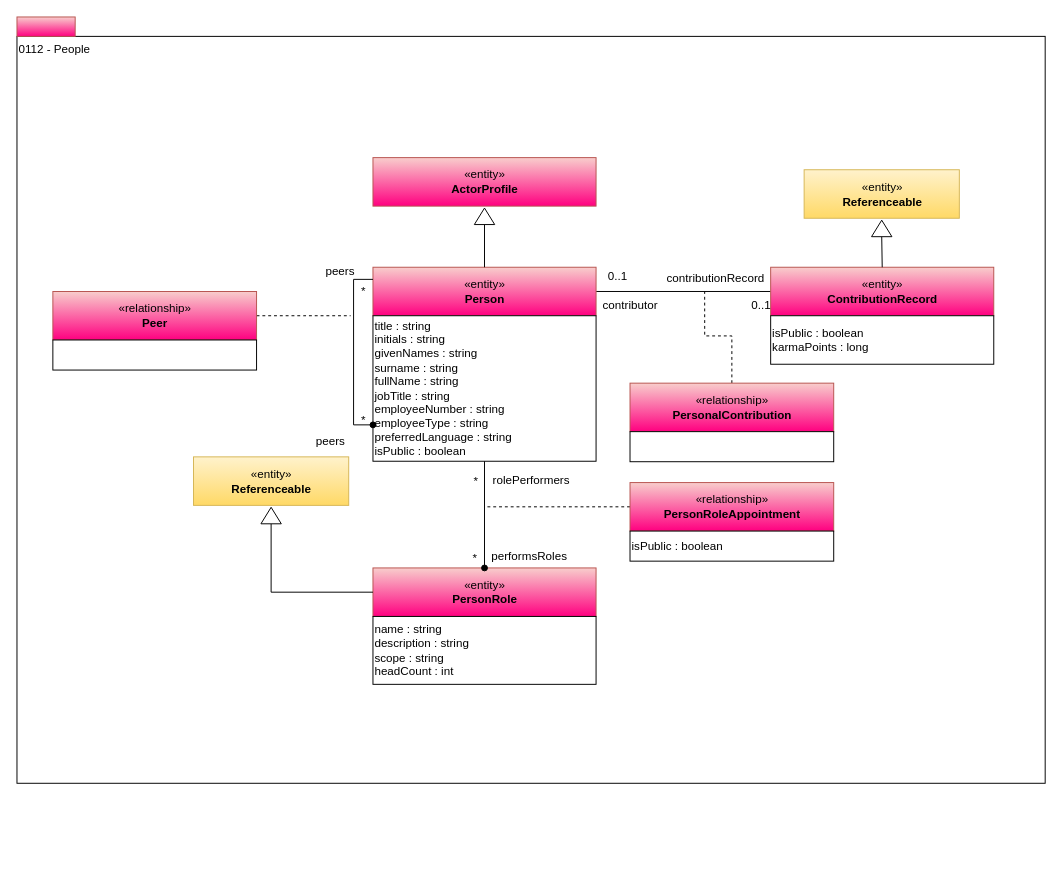
Above: page "0112-People" (3 of 13) of site/docs/types/1/area-1-collaboration.drawio in odpi/egeria-docs (draw.io), before the change. Source tidied: cells renumbered, new cells numbered last; positions are measured from the earlier drawing's top-left corner, leaving out a move shared by most shapes. Both pictures are drawn from the tidied source at 97%, with x=0, y=0 at pixel (16, 16).
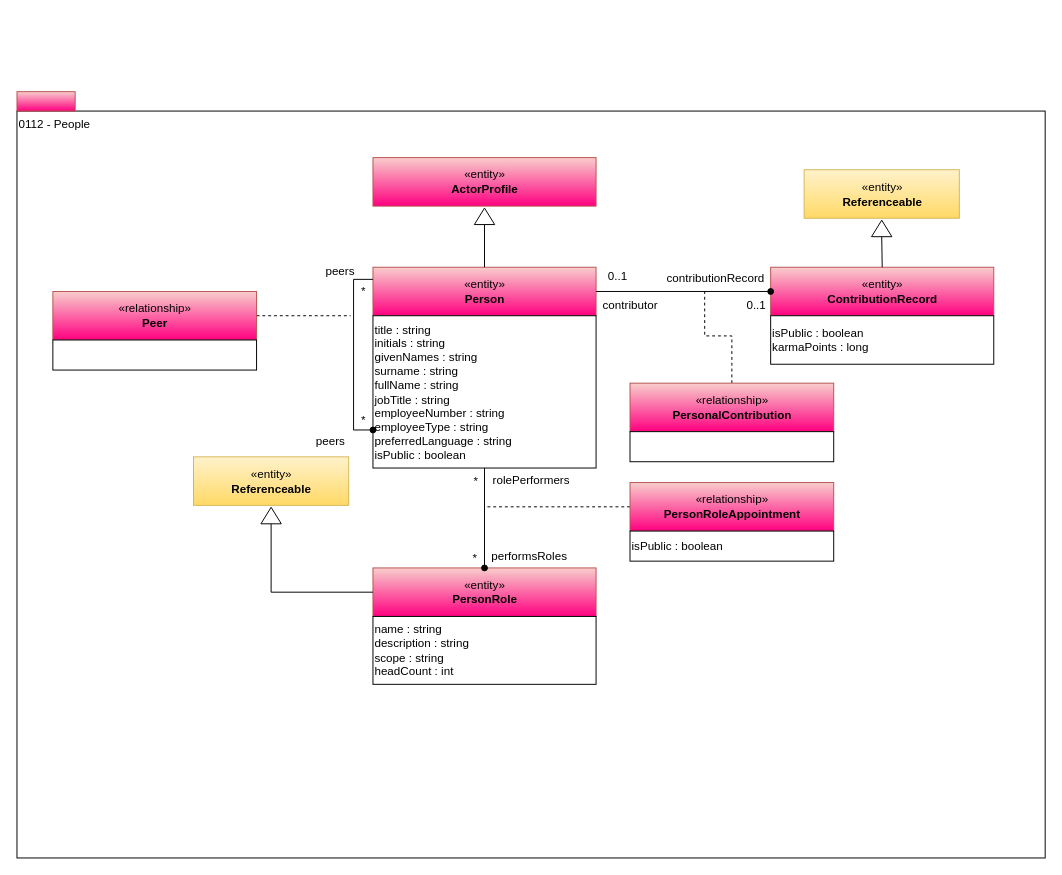
The same page after the edit.

The change refers to these unchanged cells:
```xml
<mxCell id="4" value="«entity»&lt;br&gt;&lt;b&gt;Person&lt;/b&gt;" style="html=1;strokeColor=#b85450;align=center;fillColor=#f8cecc;gradientColor=#FF0080;" parent="1" vertex="1">
  <mxGeometry x="367" y="258" width="230" height="50" as="geometry" />
</mxCell>
<mxCell id="29" value="«entity»&lt;br&gt;&lt;b&gt;ContributionRecord&lt;/b&gt;&lt;br&gt;" style="html=1;strokeColor=#b85450;align=center;fillColor=#f8cecc;gradientColor=#FF0080;" parent="1" vertex="1">
  <mxGeometry x="777" y="258" width="230" height="50" as="geometry" />
</mxCell>
```

Change to the diagram source:
```diff
@@
     <mxCell id="2" value="0112 - People" style="rounded=0;whiteSpace=wrap;html=1;align=left;verticalAlign=top;" parent="1" vertex="1">
-      <mxGeometry y="20" width="1060" height="770" as="geometry" />
+      <mxGeometry y="97" width="1060" height="770" as="geometry" />
     </mxCell>
-    <mxCell id="3" style="edgeStyle=orthogonalEdgeStyle;rounded=0;html=1;exitX=1;exitY=0.5;jettySize=auto;endArrow=none;endFill=0;" parent="1" edge="1" source="4" target="29">
-      <mxGeometry relative="1" as="geometry" />
-    </mxCell>
@@
     <mxCell id="5" style="html=1;strokeColor=#b85450;align=center;fillColor=#f8cecc;gradientColor=#FF0080;" parent="1" vertex="1">
-      <mxGeometry width="60" height="20" as="geometry" />
+      <mxGeometry y="77" width="60" height="20" as="geometry" />
     </mxCell>
     <mxCell id="6" value="title : string&lt;br&gt;initials : string&lt;br&gt;givenNames : string&lt;br&gt;surname : string&lt;br&gt;fullName : string&lt;br&gt;jobTitle : string&lt;br&gt;employeeNumber : string&lt;br&gt;employeeType : string&lt;br&gt;preferredLanguage : string&lt;br&gt;isPublic : boolean" style="rounded=0;whiteSpace=wrap;html=1;align=left;" parent="1" vertex="1">
-      <mxGeometry x="367" y="308" width="230" height="150" as="geometry" />
+      <mxGeometry x="367" y="308" width="230" height="157" as="geometry" />
     </mxCell>
@@
     <mxCell id="33" value="0..1" style="text;html=1;align=center;verticalAlign=top;spacingTop=-4;" parent="1" vertex="1">
-      <mxGeometry x="747" y="288" width="40" height="20" as="geometry" />
+      <mxGeometry x="742" y="288" width="40" height="20" as="geometry" />
     </mxCell>
@@
+    <mxCell id="3" style="edgeStyle=orthogonalEdgeStyle;rounded=0;html=1;exitX=1;exitY=0.5;jettySize=auto;endArrow=oval;endFill=1;" parent="1" edge="1" source="4" target="29">
+      <mxGeometry relative="1" as="geometry" />
+    </mxCell>
```
